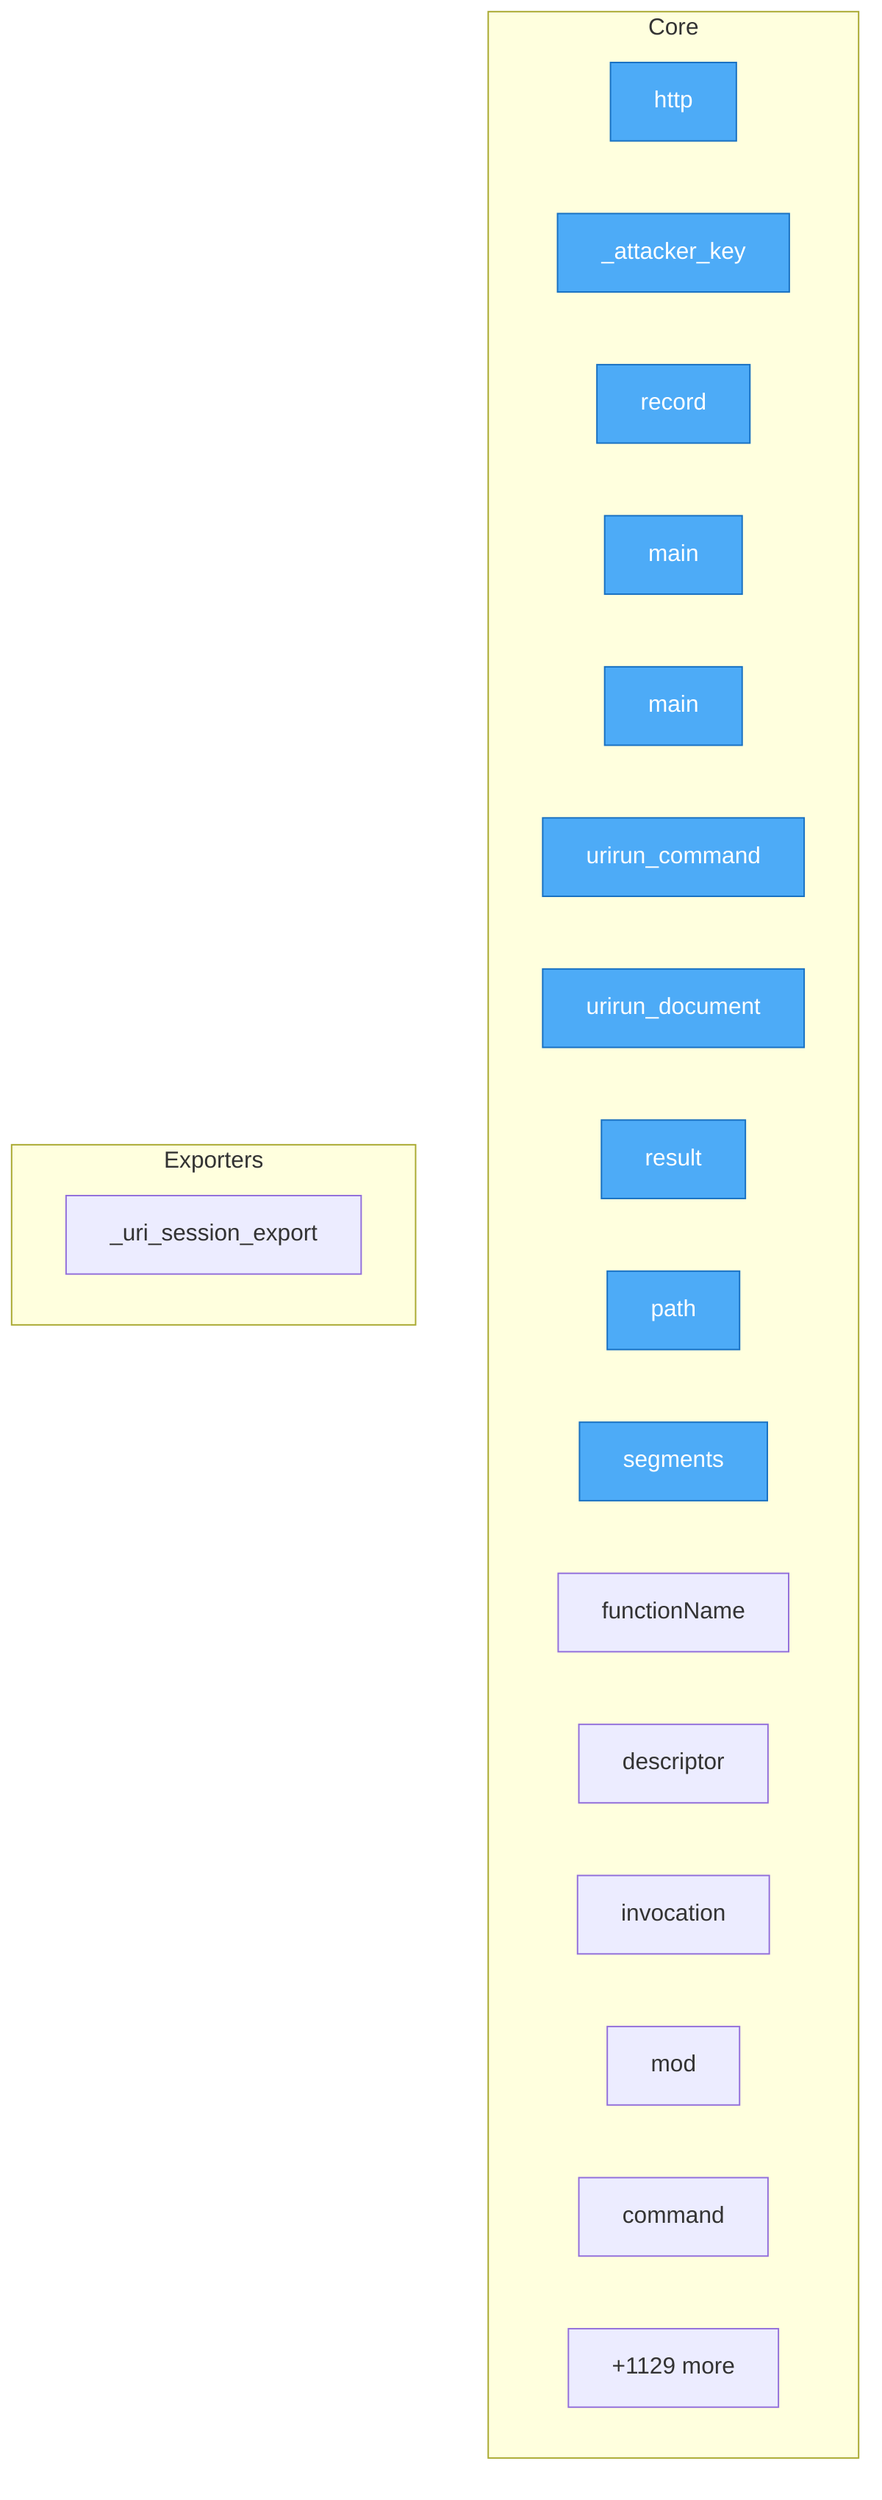
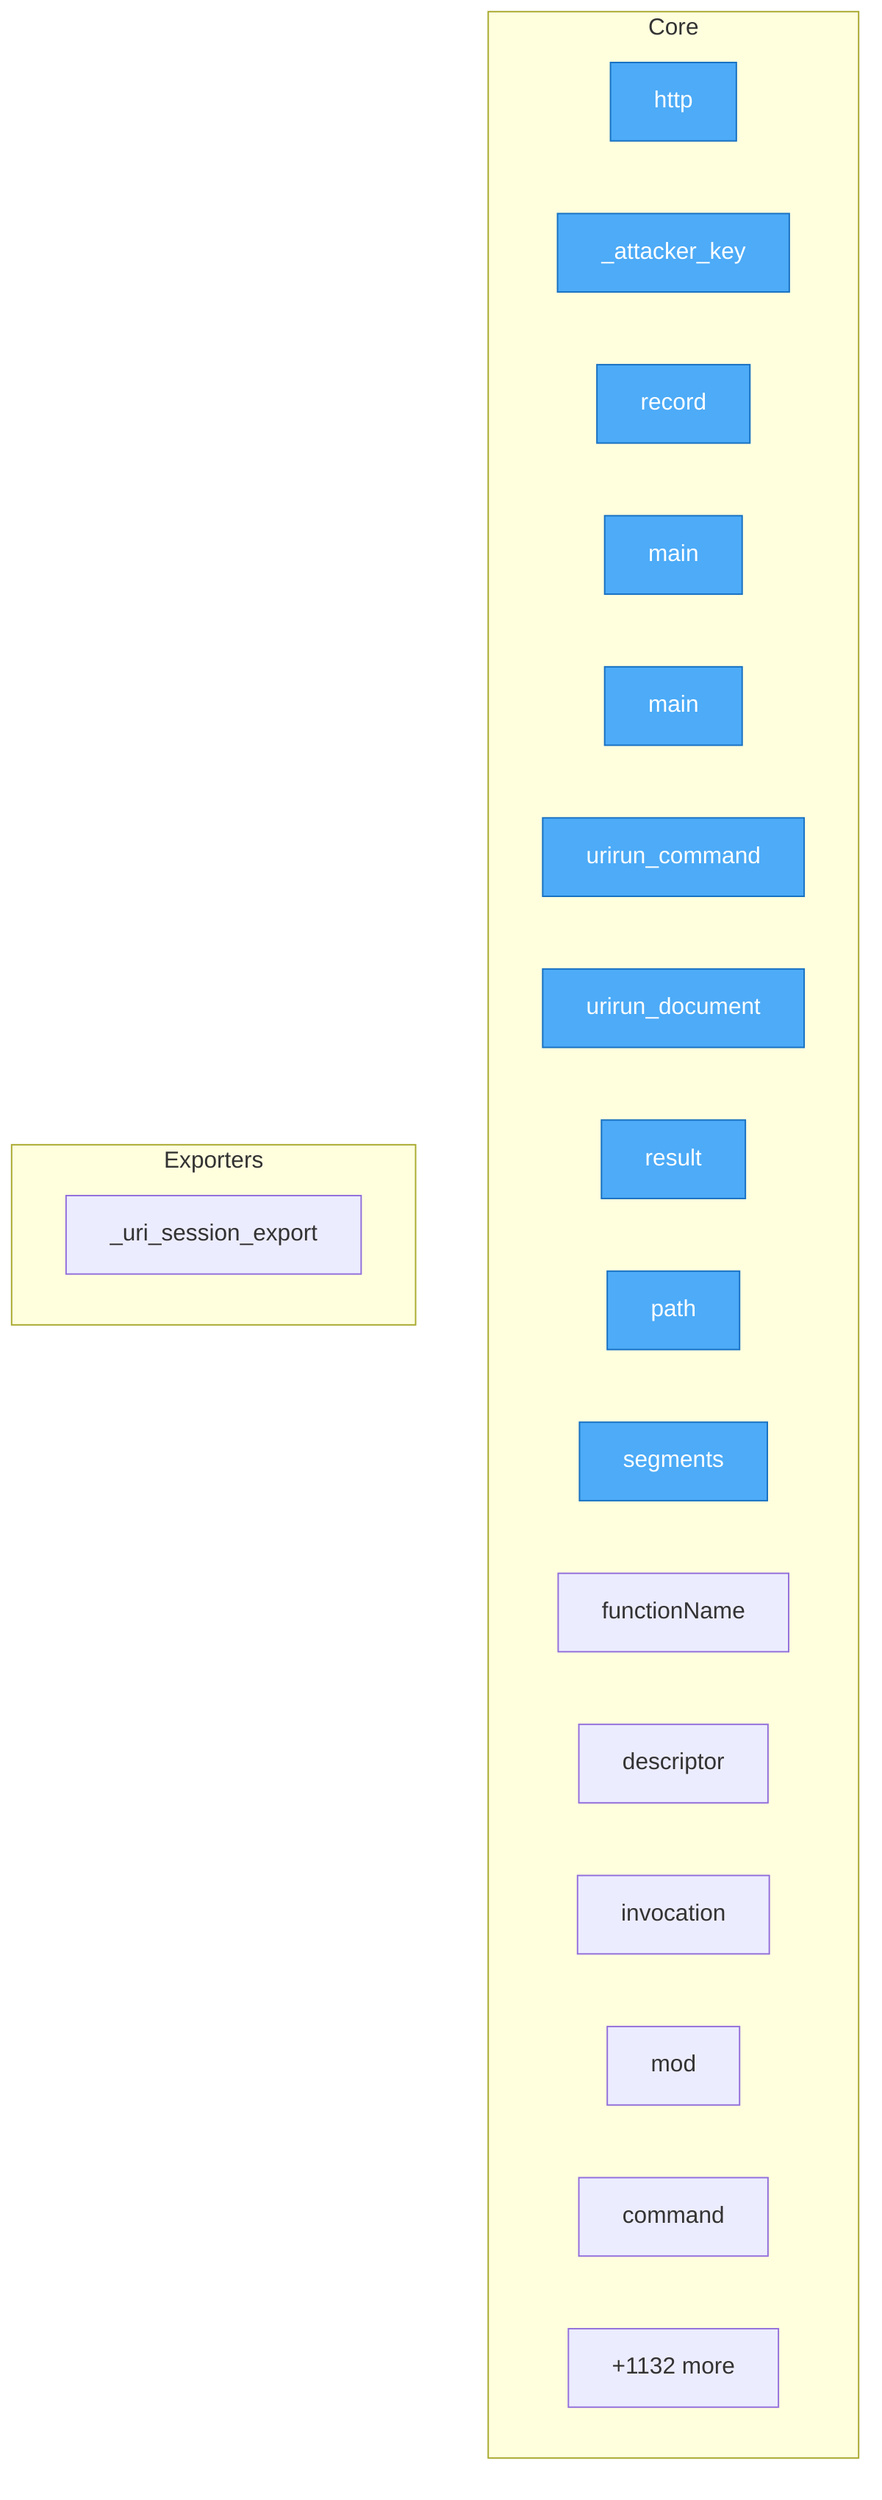
flowchart TD
- %% generated in 0.14s
+ %% generated in 0.07s

    %% Entry points (blue)
    classDef entry fill:#4dabf7,stroke:#1971c2,color:#fff

    subgraph Core
        security__mesh_probe__probe__http["http"]
        security__mesh_probe__probe___attacker_key["_attacker_key"]
        security__mesh_probe__probe__record["record"]
        adapters__conformance__main["main"]
        adapters__new_connector__main["main"]
        adapters__bash__urirun__urirun_command["urirun_command"]
        adapters__bash__urirun__urirun_document["urirun_document"]
        adapters__js__index__test__result["result"]
        adapters__js__path["path"]
        adapters__js__segments["segments"]
        adapters__js__functionName["functionName"]
        adapters__js__descriptor["descriptor"]
        adapters__js__invocation["invocation"]
        adapters__js__mod["mod"]
        adapters__java__Urirun__Urirun__command["command"]
-         ...["+1129 more"]
+         ...["+1132 more"]
    end

    subgraph Exporters
        adapters__python__urirun__node__skill___uri_session_export["_uri_session_export"]
    end

    class security__mesh_probe__probe__http,security__mesh_probe__probe___attacker_key,security__mesh_probe__probe__record,adapters__conformance__main,adapters__new_connector__main,adapters__bash__urirun__urirun_command,adapters__bash__urirun__urirun_document,adapters__js__index__test__result,adapters__js__path,adapters__js__segments entry
